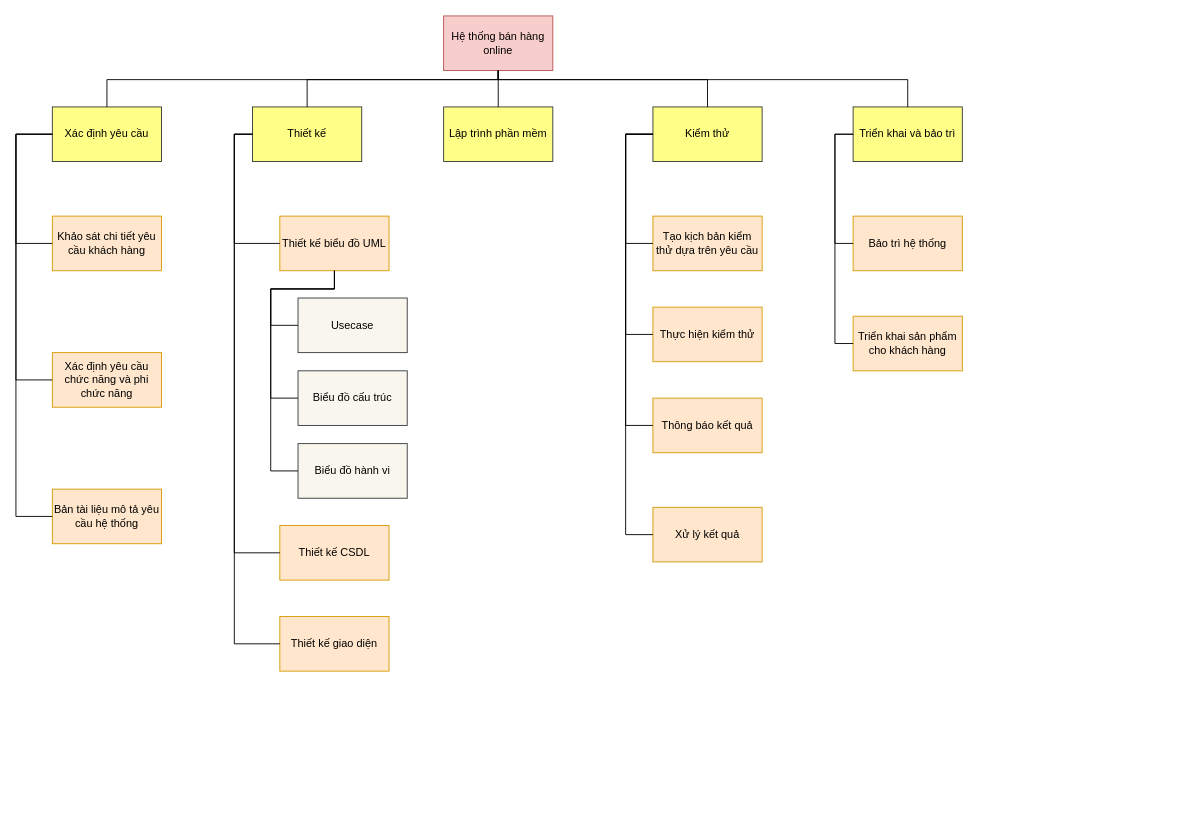
This is Untitled Diagram.drawio from lehahung2k/No-Name, a draw.io file, before an edit. Source tidied: cells renumbered, new cells numbered last; positions are measured from the earlier drawing's top-left corner, leaving out a move shared by most shapes. Both pictures are drawn from the tidied source at 91%, with x=0, y=0 at pixel (15, 15).
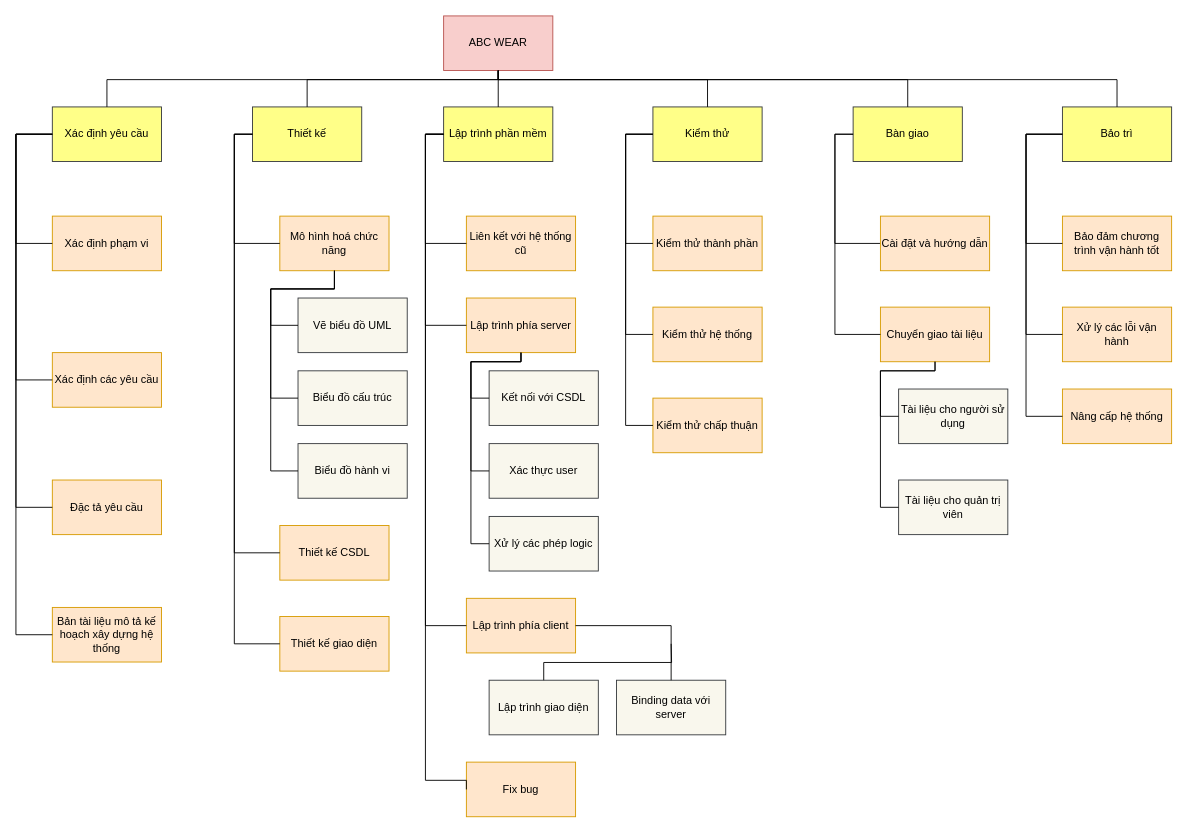
After the change.

The change refers to these unchanged cells:
```xml
<mxCell id="3" value="Xác định yêu cầu" style="rounded=0;whiteSpace=wrap;html=1;fillColor=#ffff88;strokeColor=#36393d;" parent="1" vertex="1">
  <mxGeometry x="40" y="100" width="120" height="60" as="geometry" />
</mxCell>
<mxCell id="6" value="Lập trình phần mềm" style="rounded=0;whiteSpace=wrap;html=1;fillColor=#ffff88;strokeColor=#36393d;" parent="1" vertex="1">
  <mxGeometry x="470" y="100" width="120" height="60" as="geometry" />
</mxCell>
<mxCell id="7" value="Kiểm thử" style="rounded=0;whiteSpace=wrap;html=1;fillColor=#ffff88;strokeColor=#36393d;" parent="1" vertex="1">
  <mxGeometry x="700" y="100" width="120" height="60" as="geometry" />
</mxCell>
```

What changed in the source:
```diff
@@
-    <mxCell id="2" value="Hệ thống bán hàng online" style="rounded=0;whiteSpace=wrap;html=1;fillColor=#f8cecc;strokeColor=#b85450;" parent="1" vertex="1">
+    <mxCell id="2" value="ABC WEAR" style="rounded=0;whiteSpace=wrap;html=1;fillColor=#f8cecc;strokeColor=#b85450;" parent="1" vertex="1">
       <mxGeometry x="470" width="120" height="60" as="geometry" />
     </mxCell>
@@
-    <mxCell id="8" value="Triển khai và bảo trì" style="rounded=0;whiteSpace=wrap;html=1;fillColor=#ffff88;strokeColor=#36393d;" parent="1" vertex="1">
+    <mxCell id="8" value="Bàn giao" style="rounded=0;whiteSpace=wrap;html=1;fillColor=#ffff88;strokeColor=#36393d;" parent="1" vertex="1">
       <mxGeometry x="920" y="100" width="120" height="60" as="geometry" />
     </mxCell>
@@
-    <mxCell id="13" value="Khảo sát chi tiết yêu cầu khách hàng" style="rounded=0;whiteSpace=wrap;html=1;fillColor=#ffe6cc;strokeColor=#d79b00;" parent="1" vertex="1">
+    <mxCell id="13" value="Xác định phạm vi" style="rounded=0;whiteSpace=wrap;html=1;fillColor=#ffe6cc;strokeColor=#d79b00;" parent="1" vertex="1">
       <mxGeometry x="40" y="220" width="120" height="60" as="geometry" />
     </mxCell>
@@
-    <mxCell id="15" value="Xác định yêu cầu chức năng và phi chức năng" style="rounded=0;whiteSpace=wrap;html=1;fillColor=#ffe6cc;strokeColor=#d79b00;" parent="1" vertex="1">
+    <mxCell id="15" value="Xác định các yêu cầu" style="rounded=0;whiteSpace=wrap;html=1;fillColor=#ffe6cc;strokeColor=#d79b00;" parent="1" vertex="1">
       <mxGeometry x="40" y="370" width="120" height="60" as="geometry" />
     </mxCell>
@@
-    <mxCell id="17" value="Bản tài liệu mô tả yêu cầu hệ thống" style="rounded=0;whiteSpace=wrap;html=1;fillColor=#ffe6cc;strokeColor=#d79b00;" parent="1" vertex="1">
-      <mxGeometry x="40" y="520" width="120" height="60" as="geometry" />
+    <mxCell id="17" value="Bản tài liệu mô tả kế hoạch xây dựng hệ thống" style="rounded=0;whiteSpace=wrap;html=1;fillColor=#ffe6cc;strokeColor=#d79b00;" parent="1" vertex="1">
+      <mxGeometry x="40" y="650" width="120" height="60" as="geometry" />
     </mxCell>
     <mxCell id="18" style="endArrow=none;html=1;rounded=0;entryX=0;entryY=0.5;entryDx=0;entryDy=0;exitX=0;exitY=0.5;exitDx=0;exitDy=0;edgeStyle=orthogonalEdgeStyle;" parent="1" edge="1" source="17" target="3">
       <mxGeometry relative="1" as="geometry">
         <Array as="points">
-          <mxPoint y="550" />
+          <mxPoint y="680" />
           <mxPoint y="130" />
         </Array>
       </mxGeometry>
     </mxCell>
-    <mxCell id="19" value="Thiết kế biểu đồ UML" style="rounded=0;whiteSpace=wrap;html=1;fillColor=#ffe6cc;strokeColor=#d79b00;" parent="1" vertex="1">
+    <mxCell id="19" value="Mô hình hoá chức năng" style="rounded=0;whiteSpace=wrap;html=1;fillColor=#ffe6cc;strokeColor=#d79b00;" parent="1" vertex="1">
       <mxGeometry x="290" y="220" width="120" height="60" as="geometry" />
     </mxCell>
@@
-    <mxCell id="23" value="Usecase" style="rounded=0;whiteSpace=wrap;html=1;fillColor=#f9f7ed;strokeColor=#36393d;" parent="1" vertex="1">
+    <mxCell id="23" value="Vẽ biểu đồ UML" style="rounded=0;whiteSpace=wrap;html=1;fillColor=#f9f7ed;strokeColor=#36393d;" parent="1" vertex="1">
       <mxGeometry x="310" y="310" width="120" height="60" as="geometry" />
     </mxCell>
@@
-    <mxCell id="31" value="Tạo kịch bản kiểm thử dựa trên yêu cầu" style="rounded=0;whiteSpace=wrap;html=1;fillColor=#ffe6cc;strokeColor=#d79b00;" parent="1" vertex="1">
+    <mxCell id="31" value="Kiểm thử thành phần" style="rounded=0;whiteSpace=wrap;html=1;fillColor=#ffe6cc;strokeColor=#d79b00;" parent="1" vertex="1">
       <mxGeometry x="700" y="220" width="120" height="60" as="geometry" />
     </mxCell>
-    <mxCell id="32" value="Thực hiện kiểm thử" style="rounded=0;whiteSpace=wrap;html=1;fillColor=#ffe6cc;strokeColor=#d79b00;" parent="1" vertex="1">
+    <mxCell id="32" value="Kiểm thử hệ thống" style="rounded=0;whiteSpace=wrap;html=1;fillColor=#ffe6cc;strokeColor=#d79b00;" parent="1" vertex="1">
       <mxGeometry x="700" y="320" width="120" height="60" as="geometry" />
     </mxCell>
-    <mxCell id="33" value="Thông báo kết quả" style="rounded=0;whiteSpace=wrap;html=1;fillColor=#ffe6cc;strokeColor=#d79b00;" parent="1" vertex="1">
+    <mxCell id="33" value="Kiểm thử chấp thuận" style="rounded=0;whiteSpace=wrap;html=1;fillColor=#ffe6cc;strokeColor=#d79b00;" parent="1" vertex="1">
       <mxGeometry x="700" y="420" width="120" height="60" as="geometry" />
     </mxCell>
-    <mxCell id="34" value="Xử lý kết quả" style="rounded=0;whiteSpace=wrap;html=1;fillColor=#ffe6cc;strokeColor=#d79b00;" parent="1" vertex="1">
-      <mxGeometry x="700" y="540" width="120" height="60" as="geometry" />
-    </mxCell>
-    <mxCell id="35" value="Bảo trì hệ thống" style="rounded=0;whiteSpace=wrap;html=1;fillColor=#ffe6cc;strokeColor=#d79b00;" parent="1" vertex="1">
-      <mxGeometry x="920" y="220" width="120" height="60" as="geometry" />
-    </mxCell>
-    <mxCell id="36" value="Triển khai sản phẩm cho khách hàng" style="rounded=0;whiteSpace=wrap;html=1;fillColor=#ffe6cc;strokeColor=#d79b00;" parent="1" vertex="1">
-      <mxGeometry x="920" y="330" width="120" height="60" as="geometry" />
-    </mxCell>
@@
-    <mxCell id="40" style="endArrow=none;html=1;rounded=0;entryX=0;entryY=0.5;entryDx=0;entryDy=0;exitX=0;exitY=0.5;exitDx=0;exitDy=0;edgeStyle=orthogonalEdgeStyle;" parent="1" edge="1" source="34" target="7">
-      <mxGeometry relative="1" as="geometry">
-        <Array as="points">
-          <mxPoint x="670" y="570" />
-          <mxPoint x="670" y="130" />
-        </Array>
-      </mxGeometry>
-    </mxCell>
-    <mxCell id="41" style="endArrow=none;html=1;rounded=0;entryX=0;entryY=0.5;entryDx=0;entryDy=0;exitX=0;exitY=0.5;exitDx=0;exitDy=0;edgeStyle=orthogonalEdgeStyle;" parent="1" edge="1" source="35" target="8">
+    <mxCell id="41" style="endArrow=none;html=1;rounded=0;entryX=0;entryY=0.5;entryDx=0;entryDy=0;exitX=0;exitY=0.5;exitDx=0;exitDy=0;edgeStyle=orthogonalEdgeStyle;" parent="1" edge="1" source="43" target="8">
       <mxGeometry relative="1" as="geometry">
         <Array as="points">
+          <mxPoint x="950" y="250" />
           <mxPoint x="900" y="250" />
           <mxPoint x="900" y="130" />
         </Array>
       </mxGeometry>
     </mxCell>
-    <mxCell id="42" style="endArrow=none;html=1;rounded=0;entryX=0;entryY=0.5;entryDx=0;entryDy=0;exitX=0;exitY=0.5;exitDx=0;exitDy=0;edgeStyle=orthogonalEdgeStyle;" parent="1" edge="1" source="36" target="8">
-      <mxGeometry relative="1" as="geometry">
-        <Array as="points">
-          <mxPoint x="900" y="360" />
-          <mxPoint x="900" y="130" />
-        </Array>
-      </mxGeometry>
-    </mxCell>
+    <mxCell id="43" value="Cài đặt và hướng dẫn" style="rounded=0;whiteSpace=wrap;html=1;fillColor=#ffe6cc;strokeColor=#d79b00;" parent="1" vertex="1">
+      <mxGeometry x="950" y="220" width="120" height="60" as="geometry" />
+    </mxCell>
+    <mxCell id="44" value="Liên kết với hệ thống cũ" style="rounded=0;whiteSpace=wrap;html=1;fillColor=#ffe6cc;strokeColor=#d79b00;" parent="1" vertex="1">
+      <mxGeometry x="495" y="220" width="120" height="60" as="geometry" />
+    </mxCell>
+    <mxCell id="45" value="Lập trình phía server" style="rounded=0;whiteSpace=wrap;html=1;fillColor=#ffe6cc;strokeColor=#d79b00;" parent="1" vertex="1">
+      <mxGeometry x="495" y="310" width="120" height="60" as="geometry" />
+    </mxCell>
+    <mxCell id="46" value="Bảo trì" style="rounded=0;whiteSpace=wrap;html=1;fillColor=#ffff88;strokeColor=#36393d;" parent="1" vertex="1">
+      <mxGeometry x="1150" y="100" width="120" height="60" as="geometry" />
+    </mxCell>
+    <mxCell id="47" style="endArrow=none;html=1;rounded=0;entryX=0.5;entryY=0;entryDx=0;entryDy=0;exitX=0.5;exitY=1;exitDx=0;exitDy=0;edgeStyle=orthogonalEdgeStyle;" parent="1" edge="1" source="2" target="46">
+      <mxGeometry relative="1" as="geometry">
+        <Array as="points">
+          <mxPoint x="530" y="70" />
+          <mxPoint x="1210" y="70" />
+        </Array>
+      </mxGeometry>
+    </mxCell>
+    <mxCell id="48" value="Bảo đảm chương trình vận hành tốt" style="rounded=0;whiteSpace=wrap;html=1;fillColor=#ffe6cc;strokeColor=#d79b00;" parent="1" vertex="1">
+      <mxGeometry x="1150" y="220" width="120" height="60" as="geometry" />
+    </mxCell>
+    <mxCell id="49" style="endArrow=none;html=1;rounded=0;entryX=0;entryY=0.5;entryDx=0;entryDy=0;exitX=0;exitY=0.5;exitDx=0;exitDy=0;edgeStyle=orthogonalEdgeStyle;" parent="1" edge="1" source="48" target="46">
+      <mxGeometry relative="1" as="geometry">
+        <Array as="points">
+          <mxPoint x="1110" y="250" />
+          <mxPoint x="1110" y="130" />
+        </Array>
+      </mxGeometry>
+    </mxCell>
+    <mxCell id="50" value="Đặc tả yêu cầu" style="rounded=0;whiteSpace=wrap;html=1;fillColor=#ffe6cc;strokeColor=#d79b00;" parent="1" vertex="1">
+      <mxGeometry x="40" y="510" width="120" height="60" as="geometry" />
+    </mxCell>
+    <mxCell id="51" style="endArrow=none;html=1;rounded=0;entryX=0;entryY=0.5;entryDx=0;entryDy=0;exitX=0;exitY=0.5;exitDx=0;exitDy=0;edgeStyle=orthogonalEdgeStyle;" parent="1" edge="1" source="50" target="3">
+      <mxGeometry relative="1" as="geometry">
+        <Array as="points">
+          <mxPoint y="540" />
+          <mxPoint y="130" />
+        </Array>
+      </mxGeometry>
+    </mxCell>
+    <mxCell id="52" style="endArrow=none;html=1;rounded=0;entryX=0;entryY=0.5;entryDx=0;entryDy=0;exitX=0;exitY=0.5;exitDx=0;exitDy=0;edgeStyle=orthogonalEdgeStyle;" parent="1" edge="1" source="44" target="6">
+      <mxGeometry relative="1" as="geometry">
+        <Array as="points">
+          <mxPoint x="450" y="250" />
+          <mxPoint x="450" y="130" />
+        </Array>
+      </mxGeometry>
+    </mxCell>
+    <mxCell id="53" value="Xác thực user" style="rounded=0;whiteSpace=wrap;html=1;fillColor=#f9f7ed;strokeColor=#36393d;" parent="1" vertex="1">
+      <mxGeometry x="520" y="470" width="120" height="60" as="geometry" />
+    </mxCell>
+    <mxCell id="54" value="Xử lý các phép logic" style="rounded=0;whiteSpace=wrap;html=1;fillColor=#f9f7ed;strokeColor=#36393d;" parent="1" vertex="1">
+      <mxGeometry x="520" y="550" width="120" height="60" as="geometry" />
+    </mxCell>
+    <mxCell id="55" value="Kết nối với CSDL" style="rounded=0;whiteSpace=wrap;html=1;fillColor=#f9f7ed;strokeColor=#36393d;" parent="1" vertex="1">
+      <mxGeometry x="520" y="390" width="120" height="60" as="geometry" />
+    </mxCell>
+    <mxCell id="56" style="endArrow=none;html=1;rounded=0;exitX=0;exitY=0.5;exitDx=0;exitDy=0;edgeStyle=orthogonalEdgeStyle;" parent="1" edge="1" source="45">
+      <mxGeometry relative="1" as="geometry">
+        <mxPoint x="470" y="130" as="targetPoint" />
+        <Array as="points">
+          <mxPoint x="450" y="340" />
+          <mxPoint x="450" y="130" />
+        </Array>
+      </mxGeometry>
+    </mxCell>
+    <mxCell id="57" style="endArrow=none;html=1;rounded=0;entryX=0.5;entryY=1;entryDx=0;entryDy=0;exitX=0;exitY=0.5;exitDx=0;exitDy=0;edgeStyle=orthogonalEdgeStyle;" parent="1" edge="1" source="55" target="45">
+      <mxGeometry relative="1" as="geometry">
+        <Array as="points">
+          <mxPoint x="500" y="420" />
+          <mxPoint x="500" y="380" />
+          <mxPoint x="555" y="380" />
+        </Array>
+      </mxGeometry>
+    </mxCell>
+    <mxCell id="58" style="endArrow=none;html=1;rounded=0;entryX=0.5;entryY=1;entryDx=0;entryDy=0;exitX=0;exitY=0.5;exitDx=0;exitDy=0;edgeStyle=orthogonalEdgeStyle;" parent="1" edge="1" source="53" target="45">
+      <mxGeometry relative="1" as="geometry">
+        <Array as="points">
+          <mxPoint x="500" y="500" />
+          <mxPoint x="500" y="380" />
+          <mxPoint x="555" y="380" />
+        </Array>
+      </mxGeometry>
+    </mxCell>
+    <mxCell id="59" style="endArrow=none;html=1;rounded=0;entryX=0.5;entryY=1;entryDx=0;entryDy=0;exitX=0;exitY=0.5;exitDx=0;exitDy=0;edgeStyle=orthogonalEdgeStyle;" parent="1" edge="1" source="54" target="45">
+      <mxGeometry relative="1" as="geometry">
+        <Array as="points">
+          <mxPoint x="500" y="580" />
+          <mxPoint x="500" y="380" />
+          <mxPoint x="555" y="380" />
+        </Array>
+      </mxGeometry>
+    </mxCell>
+    <mxCell id="60" value="Lập trình phía client" style="rounded=0;whiteSpace=wrap;html=1;fillColor=#ffe6cc;strokeColor=#d79b00;" parent="1" vertex="1">
+      <mxGeometry x="495" y="640" width="120" height="60" as="geometry" />
+    </mxCell>
+    <mxCell id="61" value="Fix bug" style="rounded=0;whiteSpace=wrap;html=1;fillColor=#ffe6cc;strokeColor=#d79b00;" parent="1" vertex="1">
+      <mxGeometry x="495" y="820" width="120" height="60" as="geometry" />
+    </mxCell>
+    <mxCell id="62" style="endArrow=none;html=1;rounded=0;entryX=0;entryY=0.5;entryDx=0;entryDy=0;exitX=0;exitY=0.5;exitDx=0;exitDy=0;edgeStyle=orthogonalEdgeStyle;" parent="1" edge="1" source="60" target="6">
+      <mxGeometry relative="1" as="geometry">
+        <Array as="points">
+          <mxPoint x="450" y="670" />
+          <mxPoint x="450" y="130" />
+        </Array>
+      </mxGeometry>
+    </mxCell>
+    <mxCell id="63" style="endArrow=none;html=1;rounded=0;entryX=0;entryY=0.5;entryDx=0;entryDy=0;exitX=0;exitY=0.5;exitDx=0;exitDy=0;edgeStyle=orthogonalEdgeStyle;" parent="1" edge="1" source="61" target="6">
+      <mxGeometry relative="1" as="geometry">
+        <Array as="points">
+          <mxPoint x="495" y="840" />
+          <mxPoint x="450" y="840" />
+          <mxPoint x="450" y="130" />
+        </Array>
+      </mxGeometry>
+    </mxCell>
+    <mxCell id="64" value="Lập trình giao diện" style="rounded=0;whiteSpace=wrap;html=1;fillColor=#f9f7ed;strokeColor=#36393d;" parent="1" vertex="1">
+      <mxGeometry x="520" y="730" width="120" height="60" as="geometry" />
+    </mxCell>
+    <mxCell id="65" value="Chuyển giao tài liệu" style="rounded=0;whiteSpace=wrap;html=1;fillColor=#ffe6cc;strokeColor=#d79b00;" parent="1" vertex="1">
+      <mxGeometry x="950" y="320" width="120" height="60" as="geometry" />
+    </mxCell>
+    <mxCell id="66" style="endArrow=none;html=1;rounded=0;entryX=0;entryY=0.5;entryDx=0;entryDy=0;exitX=0;exitY=0.5;exitDx=0;exitDy=0;edgeStyle=orthogonalEdgeStyle;" parent="1" edge="1" source="65" target="8">
+      <mxGeometry relative="1" as="geometry">
+        <Array as="points">
+          <mxPoint x="900" y="350" />
+          <mxPoint x="900" y="130" />
+        </Array>
+      </mxGeometry>
+    </mxCell>
+    <mxCell id="67" value="Tài liệu cho người sử dụng" style="rounded=0;whiteSpace=wrap;html=1;fillColor=#f9f7ed;strokeColor=#36393d;" parent="1" vertex="1">
+      <mxGeometry x="970" y="410" width="120" height="60" as="geometry" />
+    </mxCell>
+    <mxCell id="68" value="Tài liệu cho quản trị viên" style="rounded=0;whiteSpace=wrap;html=1;fillColor=#f9f7ed;strokeColor=#36393d;" parent="1" vertex="1">
+      <mxGeometry x="970" y="510" width="120" height="60" as="geometry" />
+    </mxCell>
+    <mxCell id="69" style="endArrow=none;html=1;rounded=0;entryX=0.5;entryY=1;entryDx=0;entryDy=0;exitX=0;exitY=0.5;exitDx=0;exitDy=0;edgeStyle=orthogonalEdgeStyle;" parent="1" edge="1" source="67" target="65">
+      <mxGeometry relative="1" as="geometry">
+        <Array as="points">
+          <mxPoint x="950" y="440" />
+          <mxPoint x="950" y="390" />
+          <mxPoint x="1010" y="390" />
+        </Array>
+      </mxGeometry>
+    </mxCell>
+    <mxCell id="70" style="endArrow=none;html=1;rounded=0;entryX=0.5;entryY=1;entryDx=0;entryDy=0;exitX=0;exitY=0.5;exitDx=0;exitDy=0;edgeStyle=orthogonalEdgeStyle;" parent="1" edge="1" source="68" target="65">
+      <mxGeometry relative="1" as="geometry">
+        <Array as="points">
+          <mxPoint x="950" y="540" />
+          <mxPoint x="950" y="390" />
+          <mxPoint x="1010" y="390" />
+        </Array>
+      </mxGeometry>
+    </mxCell>
+    <mxCell id="71" value="Xử lý các lỗi vận hành" style="rounded=0;whiteSpace=wrap;html=1;fillColor=#ffe6cc;strokeColor=#d79b00;" parent="1" vertex="1">
+      <mxGeometry x="1150" y="320" width="120" height="60" as="geometry" />
+    </mxCell>
+    <mxCell id="72" value="Nâng cấp hệ thống" style="rounded=0;whiteSpace=wrap;html=1;fillColor=#ffe6cc;strokeColor=#d79b00;" parent="1" vertex="1">
+      <mxGeometry x="1150" y="410" width="120" height="60" as="geometry" />
+    </mxCell>
+    <mxCell id="73" style="edgeStyle=orthogonalEdgeStyle;rounded=0;orthogonalLoop=1;jettySize=auto;html=1;exitX=0.5;exitY=1;exitDx=0;exitDy=0;" parent="1" edge="1" source="72" target="72">
+      <mxGeometry relative="1" as="geometry" />
+    </mxCell>
+    <mxCell id="74" style="endArrow=none;html=1;rounded=0;entryX=0;entryY=0.5;entryDx=0;entryDy=0;exitX=0;exitY=0.5;exitDx=0;exitDy=0;edgeStyle=orthogonalEdgeStyle;" parent="1" edge="1" source="71" target="46">
+      <mxGeometry relative="1" as="geometry">
+        <Array as="points">
+          <mxPoint x="1110" y="350" />
+          <mxPoint x="1110" y="130" />
+        </Array>
+      </mxGeometry>
+    </mxCell>
+    <mxCell id="75" style="endArrow=none;html=1;rounded=0;entryX=0;entryY=0.5;entryDx=0;entryDy=0;exitX=0;exitY=0.5;exitDx=0;exitDy=0;edgeStyle=orthogonalEdgeStyle;" parent="1" edge="1" source="72" target="46">
+      <mxGeometry relative="1" as="geometry">
+        <Array as="points">
+          <mxPoint x="1110" y="440" />
+          <mxPoint x="1110" y="130" />
+        </Array>
+      </mxGeometry>
+    </mxCell>
+    <mxCell id="76" value="Binding data với server" style="rounded=0;whiteSpace=wrap;html=1;fillColor=#f9f7ed;strokeColor=#36393d;" parent="1" vertex="1">
+      <mxGeometry x="660" y="730" width="120" height="60" as="geometry" />
+    </mxCell>
+    <mxCell id="77" style="endArrow=none;html=1;rounded=0;entryX=0.5;entryY=0;entryDx=0;entryDy=0;exitX=1;exitY=0.5;exitDx=0;exitDy=0;edgeStyle=orthogonalEdgeStyle;" parent="1" edge="1" source="60" target="76">
+      <mxGeometry relative="1" as="geometry" />
+    </mxCell>
+    <mxCell id="78" style="endArrow=none;html=1;rounded=0;exitX=0.5;exitY=0;exitDx=0;exitDy=0;edgeStyle=orthogonalEdgeStyle;" parent="1" edge="1" source="64">
+      <mxGeometry relative="1" as="geometry">
+        <mxPoint x="720" y="690" as="targetPoint" />
+      </mxGeometry>
+    </mxCell>
```
